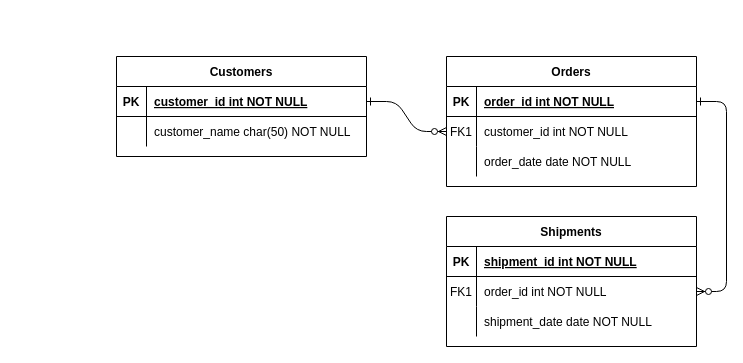
Before: Untitled Diagram.drawio in DACT214/ROCP-Project, a draw.io diagram. Source tidied: cells renumbered, new cells numbered last; positions are measured from the earlier drawing's top-left corner, leaving out a move shared by most shapes. Both pictures are drawn from the tidied source at 100%, with x=0, y=0 at pixel (116, 56).
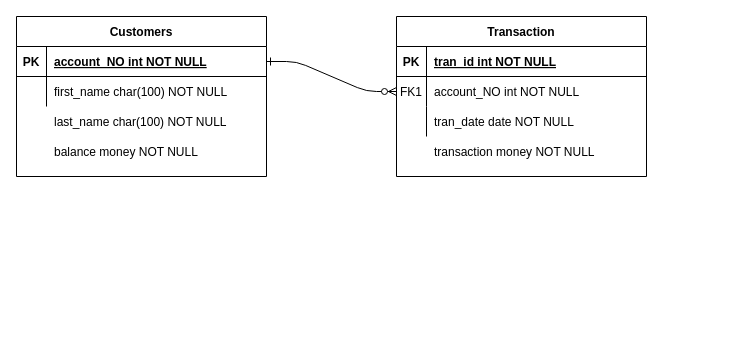
The same page after the edit.

Commit message:
First database format

The change refers to these unchanged cells:
```xml
<mxCell id="5" style="shape=partialRectangle;fillColor=none;points=[[0,0.5],[1,0.5]];portConstraint=eastwest;top=0;left=0;right=0;bottom=1;" parent="4" vertex="1">
  <mxGeometry y="30" width="250" height="30" as="geometry" />
</mxCell>
<mxCell id="8" style="shape=partialRectangle;fillColor=none;points=[[0,0.5],[1,0.5]];portConstraint=eastwest;top=0;left=0;right=0;bottom=0;" parent="4" vertex="1">
  <mxGeometry y="60" width="250" height="30" as="geometry" />
</mxCell>
<mxCell id="11" style="shape=partialRectangle;fillColor=none;top=0;left=0;right=0;bottom=0;" parent="4" vertex="1">
  <mxGeometry y="90" width="250" height="30" as="geometry" />
</mxCell>
```

Change to the diagram source:
```diff
@@
-    <mxCell id="3" style="edgeStyle=entityRelationEdgeStyle;endArrow=ERzeroToMany;startArrow=ERone;endFill=1;startFill=0;" parent="1" edge="1" source="5" target="18">
-      <mxGeometry relative="1" as="geometry" />
-    </mxCell>
+    <mxCell id="31" style="group;" parent="1" vertex="1">
+      <mxGeometry x="-100" y="-40" width="250" height="220" as="geometry" />
+    </mxCell>
+    <mxCell id="24" value="Customers" style="shape=table;startSize=30;childLayout=tableLayout;rowLines=0;fontStyle=1;align=center;" parent="31" vertex="1">
+      <mxGeometry width="250" height="160" as="geometry" />
+    </mxCell>
+    <mxCell id="25" style="shape=partialRectangle;fillColor=none;points=[[0,0.5],[1,0.5]];portConstraint=eastwest;top=0;left=0;right=0;bottom=1;" parent="24" vertex="1">
+      <mxGeometry y="30" width="250" height="30" as="geometry" />
+    </mxCell>
+    <mxCell id="26" value="PK" style="shape=partialRectangle;overflow=hidden;fillColor=none;top=0;left=0;bottom=0;right=0;fontStyle=1;" parent="25" vertex="1">
+      <mxGeometry width="30" height="30" as="geometry" />
+    </mxCell>
+    <mxCell id="27" value="account_NO int NOT NULL " style="shape=partialRectangle;overflow=hidden;fillColor=none;top=0;left=0;bottom=0;right=0;align=left;spacingLeft=6;fontStyle=5;" parent="25" vertex="1">
+      <mxGeometry x="30" width="220" height="30" as="geometry" />
+    </mxCell>
+    <mxCell id="28" style="shape=partialRectangle;fillColor=none;top=0;left=0;right=0;bottom=0;" parent="24" vertex="1">
+      <mxGeometry y="60" width="250" height="30" as="geometry" />
+    </mxCell>
+    <mxCell id="29" style="shape=partialRectangle;overflow=hidden;fillColor=none;top=0;left=0;bottom=0;right=0;" parent="28" vertex="1">
+      <mxGeometry width="30" height="30" as="geometry" />
+    </mxCell>
+    <mxCell id="30" value="first_name char(100) NOT NULL" style="shape=partialRectangle;overflow=hidden;fillColor=none;top=0;left=0;bottom=0;right=0;align=left;spacingLeft=6;" parent="28" vertex="1">
+      <mxGeometry x="30" width="220" height="30" as="geometry" />
+    </mxCell>
+    <mxCell id="32" value="last_name char(100) NOT NULL" style="shape=partialRectangle;overflow=hidden;fillColor=none;top=0;left=0;bottom=0;right=0;align=left;spacingLeft=6;" parent="31" vertex="1">
+      <mxGeometry x="30" y="90" width="220" height="30" as="geometry" />
+    </mxCell>
+    <mxCell id="33" value="balance money NOT NULL" style="shape=partialRectangle;overflow=hidden;fillColor=none;top=0;left=0;bottom=0;right=0;align=left;spacingLeft=6;" parent="31" vertex="1">
+      <mxGeometry x="30" y="120" width="220" height="30" as="geometry" />
+    </mxCell>
+    <mxCell id="34" style="group;" parent="1" vertex="1">
+      <mxGeometry x="280" y="-40" width="250" height="160" as="geometry" />
+    </mxCell>
+    <mxCell id="35" style="group;" parent="34" vertex="1">
+      <mxGeometry width="250" height="160" as="geometry" />
+    </mxCell>
-    <mxCell id="4" value="Orders" style="shape=table;startSize=30;childLayout=tableLayout;rowLines=0;fontStyle=1;align=center;" parent="1" vertex="1">
-      <mxGeometry x="330" width="250" height="130" as="geometry" />
+    <mxCell id="4" value="Transaction" style="shape=table;startSize=30;childLayout=tableLayout;rowLines=0;fontStyle=1;align=center;" parent="35" vertex="1">
+      <mxGeometry width="250" height="160" as="geometry" />
     </mxCell>
@@
-    <mxCell id="7" value="order_id int NOT NULL " style="shape=partialRectangle;overflow=hidden;fillColor=none;top=0;left=0;bottom=0;right=0;align=left;spacingLeft=6;fontStyle=5;" parent="5" vertex="1">
+    <mxCell id="7" value="tran_id int NOT NULL " style="shape=partialRectangle;overflow=hidden;fillColor=none;top=0;left=0;bottom=0;right=0;align=left;spacingLeft=6;fontStyle=5;" parent="5" vertex="1">
       <mxGeometry x="30" width="220" height="30" as="geometry" />
     </mxCell>
@@
-    <mxCell id="10" value="customer_id int NOT NULL" style="shape=partialRectangle;overflow=hidden;fillColor=none;top=0;left=0;bottom=0;right=0;align=left;spacingLeft=6;" parent="8" vertex="1">
+    <mxCell id="10" value="account_NO int NOT NULL" style="shape=partialRectangle;overflow=hidden;fillColor=none;top=0;left=0;bottom=0;right=0;align=left;spacingLeft=6;" parent="8" vertex="1">
       <mxGeometry x="30" width="220" height="30" as="geometry" />
     </mxCell>
@@
-    <mxCell id="13" value="order_date date NOT NULL" style="shape=partialRectangle;overflow=hidden;fillColor=none;top=0;left=0;bottom=0;right=0;align=left;spacingLeft=6;" parent="11" vertex="1">
+    <mxCell id="13" value="tran_date date NOT NULL" style="shape=partialRectangle;overflow=hidden;fillColor=none;top=0;left=0;bottom=0;right=0;align=left;spacingLeft=6;" parent="11" vertex="1">
       <mxGeometry x="30" width="220" height="30" as="geometry" />
     </mxCell>
-    <mxCell id="14" value="Shipments" style="shape=table;startSize=30;childLayout=tableLayout;rowLines=0;fontStyle=1;align=center;" parent="1" vertex="1">
-      <mxGeometry x="330" y="160" width="250" height="130" as="geometry" />
-    </mxCell>
-    <mxCell id="15" style="shape=partialRectangle;fillColor=none;top=0;left=0;right=0;bottom=1;" parent="14" vertex="1">
-      <mxGeometry y="30" width="250" height="30" as="geometry" />
-    </mxCell>
-    <mxCell id="16" value="PK" style="shape=partialRectangle;overflow=hidden;fillColor=none;top=0;left=0;bottom=0;right=0;fontStyle=1;" parent="15" vertex="1">
-      <mxGeometry width="30" height="30" as="geometry" />
-    </mxCell>
-    <mxCell id="17" value="shipment_id int NOT NULL " style="shape=partialRectangle;overflow=hidden;fillColor=none;top=0;left=0;bottom=0;right=0;align=left;spacingLeft=6;fontStyle=5;" parent="15" vertex="1">
-      <mxGeometry x="30" width="220" height="30" as="geometry" />
-    </mxCell>
-    <mxCell id="18" style="shape=partialRectangle;fillColor=none;points=[[0,0.5],[1,0.5]];portConstraint=eastwest;top=0;left=0;right=0;bottom=0;" parent="14" vertex="1">
-      <mxGeometry y="60" width="250" height="30" as="geometry" />
-    </mxCell>
-    <mxCell id="19" value="FK1" style="shape=partialRectangle;overflow=hidden;fillColor=none;top=0;left=0;bottom=0;right=0;" parent="18" vertex="1">
-      <mxGeometry width="30" height="30" as="geometry" />
-    </mxCell>
-    <mxCell id="20" value="order_id int NOT NULL" style="shape=partialRectangle;overflow=hidden;fillColor=none;top=0;left=0;bottom=0;right=0;align=left;spacingLeft=6;" parent="18" vertex="1">
-      <mxGeometry x="30" width="220" height="30" as="geometry" />
-    </mxCell>
-    <mxCell id="21" style="shape=partialRectangle;fillColor=none;top=0;left=0;right=0;bottom=0;" parent="14" vertex="1">
-      <mxGeometry y="90" width="250" height="30" as="geometry" />
-    </mxCell>
-    <mxCell id="22" style="shape=partialRectangle;overflow=hidden;fillColor=none;top=0;left=0;bottom=0;right=0;" parent="21" vertex="1">
-      <mxGeometry width="30" height="30" as="geometry" />
-    </mxCell>
-    <mxCell id="23" value="shipment_date date NOT NULL" style="shape=partialRectangle;overflow=hidden;fillColor=none;top=0;left=0;bottom=0;right=0;align=left;spacingLeft=6;" parent="21" vertex="1">
-      <mxGeometry x="30" width="220" height="30" as="geometry" />
-    </mxCell>
-    <mxCell id="24" value="Customers" style="shape=table;startSize=30;childLayout=tableLayout;rowLines=0;fontStyle=1;align=center;" parent="1" vertex="1">
-      <mxGeometry width="250" height="100" as="geometry" />
-    </mxCell>
-    <mxCell id="25" style="shape=partialRectangle;fillColor=none;points=[[0,0.5],[1,0.5]];portConstraint=eastwest;top=0;left=0;right=0;bottom=1;" parent="24" vertex="1">
-      <mxGeometry y="30" width="250" height="30" as="geometry" />
-    </mxCell>
-    <mxCell id="26" value="PK" style="shape=partialRectangle;overflow=hidden;fillColor=none;top=0;left=0;bottom=0;right=0;fontStyle=1;" parent="25" vertex="1">
-      <mxGeometry width="30" height="30" as="geometry" />
-    </mxCell>
-    <mxCell id="27" value="customer_id int NOT NULL " style="shape=partialRectangle;overflow=hidden;fillColor=none;top=0;left=0;bottom=0;right=0;align=left;spacingLeft=6;fontStyle=5;" parent="25" vertex="1">
-      <mxGeometry x="30" width="220" height="30" as="geometry" />
-    </mxCell>
-    <mxCell id="28" style="shape=partialRectangle;fillColor=none;top=0;left=0;right=0;bottom=0;" parent="24" vertex="1">
-      <mxGeometry y="60" width="250" height="30" as="geometry" />
-    </mxCell>
-    <mxCell id="29" style="shape=partialRectangle;overflow=hidden;fillColor=none;top=0;left=0;bottom=0;right=0;" parent="28" vertex="1">
-      <mxGeometry width="30" height="30" as="geometry" />
-    </mxCell>
-    <mxCell id="30" value="customer_name char(50) NOT NULL" style="shape=partialRectangle;overflow=hidden;fillColor=none;top=0;left=0;bottom=0;right=0;align=left;spacingLeft=6;" parent="28" vertex="1">
-      <mxGeometry x="30" width="220" height="30" as="geometry" />
-    </mxCell>
+    <mxCell id="36" value="transaction money NOT NULL" style="shape=partialRectangle;overflow=hidden;fillColor=none;top=0;left=0;bottom=0;right=0;align=left;spacingLeft=6;" parent="35" vertex="1">
+      <mxGeometry x="30" y="120" width="220" height="30" as="geometry" />
+    </mxCell>
```
